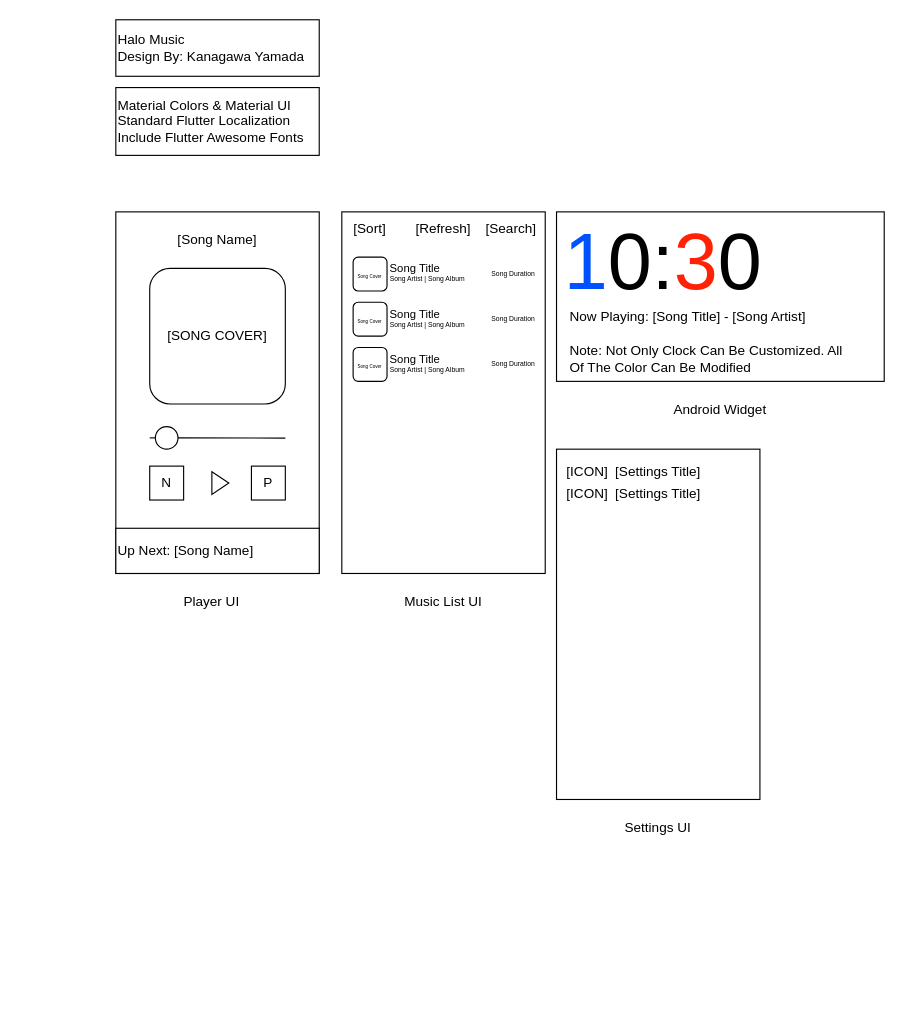
Earlier version of the draw.io diagram Designs/Designs.drawio (LoggingNewMemory/Halo-Music). Source tidied: cells renumbered, new cells numbered last; positions are measured from the earlier drawing's top-left corner, leaving out a move shared by most shapes. Both pictures are drawn from the tidied source at 113%, with x=0, y=0 at pixel (115, 19).
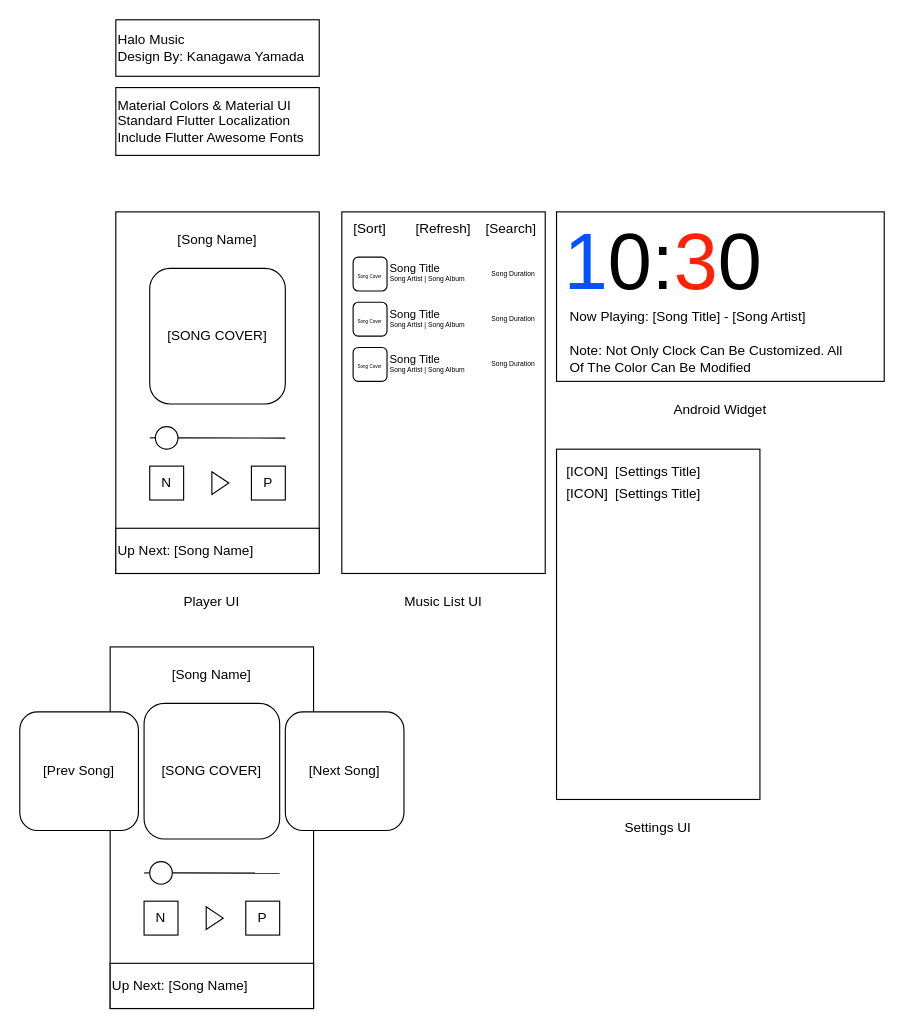
The same diagram, later.

Commit message (it also covers changes not shown here):
Fix? Flashing when switch song no longer flickers

Change to the diagram source:
```diff
@@
+    <mxCell id="43" style="rounded=0;whiteSpace=wrap;html=1;" parent="1" vertex="1">
+      <mxGeometry x="-5" y="555" width="180" height="320" as="geometry" />
+    </mxCell>
+    <mxCell id="44" value="[SONG COVER]" style="rounded=1;whiteSpace=wrap;html=1;align=center;" parent="1" vertex="1">
+      <mxGeometry x="25" y="605" width="120" height="120" as="geometry" />
+    </mxCell>
+    <mxCell id="45" style="triangle;whiteSpace=wrap;html=1;align=center;" parent="1" vertex="1">
+      <mxGeometry x="80" y="785" width="15" height="20" as="geometry" />
+    </mxCell>
+    <mxCell id="46" value="P" style="rounded=0;whiteSpace=wrap;html=1;" parent="1" vertex="1">
+      <mxGeometry x="115" y="780" width="30" height="30" as="geometry" />
+    </mxCell>
+    <mxCell id="47" value="N" style="rounded=0;whiteSpace=wrap;html=1;" parent="1" vertex="1">
+      <mxGeometry x="25" y="780" width="30" height="30" as="geometry" />
+    </mxCell>
+    <mxCell id="48" value="Up Next: [Song Name]" style="rounded=0;whiteSpace=wrap;html=1;align=left;" parent="1" vertex="1">
+      <mxGeometry x="-5" y="835" width="180" height="40" as="geometry" />
+    </mxCell>
+    <mxCell id="49" style="endArrow=none;html=1;rounded=0;" parent="1" edge="1" source="51">
+      <mxGeometry relative="1" as="geometry">
+        <mxPoint x="145" y="755.2" as="targetPoint" />
+      </mxGeometry>
+    </mxCell>
+    <mxCell id="50" style="endArrow=none;html=1;rounded=0;" parent="1" edge="1" target="51">
+      <mxGeometry relative="1" as="geometry">
+        <mxPoint x="25" y="755" as="sourcePoint" />
+      </mxGeometry>
+    </mxCell>
+    <mxCell id="51" style="ellipse;whiteSpace=wrap;html=1;" parent="1" vertex="1">
+      <mxGeometry x="30" y="745" width="20" height="20" as="geometry" />
+    </mxCell>
+    <mxCell id="52" value="[Song Name]" style="text;html=1;whiteSpace=wrap;strokeColor=none;fillColor=none;align=center;verticalAlign=middle;rounded=0;" parent="1" vertex="1">
+      <mxGeometry x="35" y="565" width="100" height="30" as="geometry" />
+    </mxCell>
+    <mxCell id="53" value="[Next Song]" style="rounded=1;whiteSpace=wrap;html=1;align=center;" parent="1" vertex="1">
+      <mxGeometry x="150" y="612.5" width="105" height="105" as="geometry" />
+    </mxCell>
+    <mxCell id="54" value="[Prev Song]" style="rounded=1;whiteSpace=wrap;html=1;align=center;" parent="1" vertex="1">
+      <mxGeometry x="-85" y="612.5" width="105" height="105" as="geometry" />
+    </mxCell>
```
